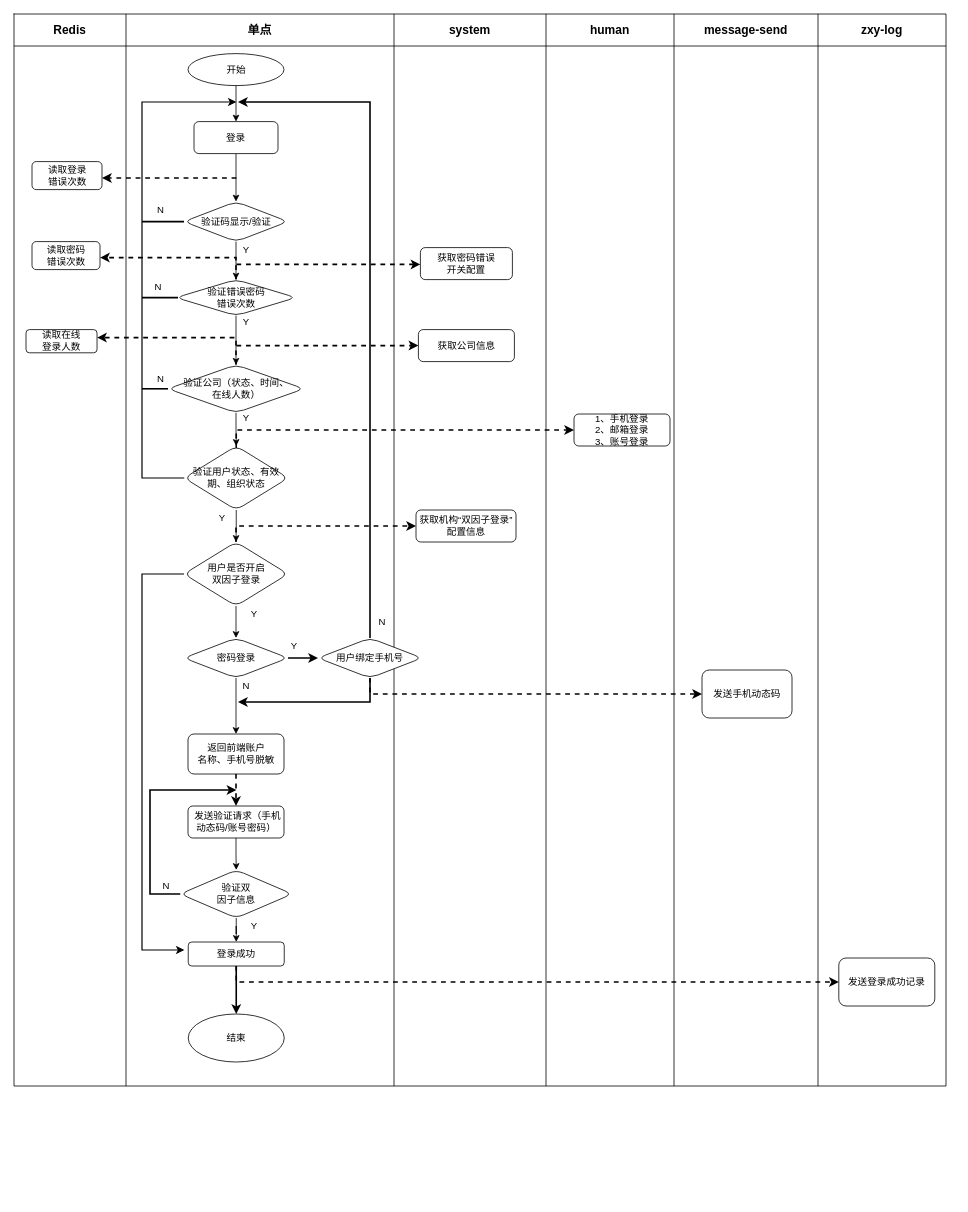
Earlier version of the draw.io diagram 双因子登录流程图.drawio (xulanliang/FirstRepository). Source tidied: cells renumbered, new cells numbered last; positions are measured from the earlier drawing's top-left corner, leaving out a move shared by most shapes. Both pictures are drawn from the tidied source at 80%, with x=0, y=0 at pixel (14, 14).
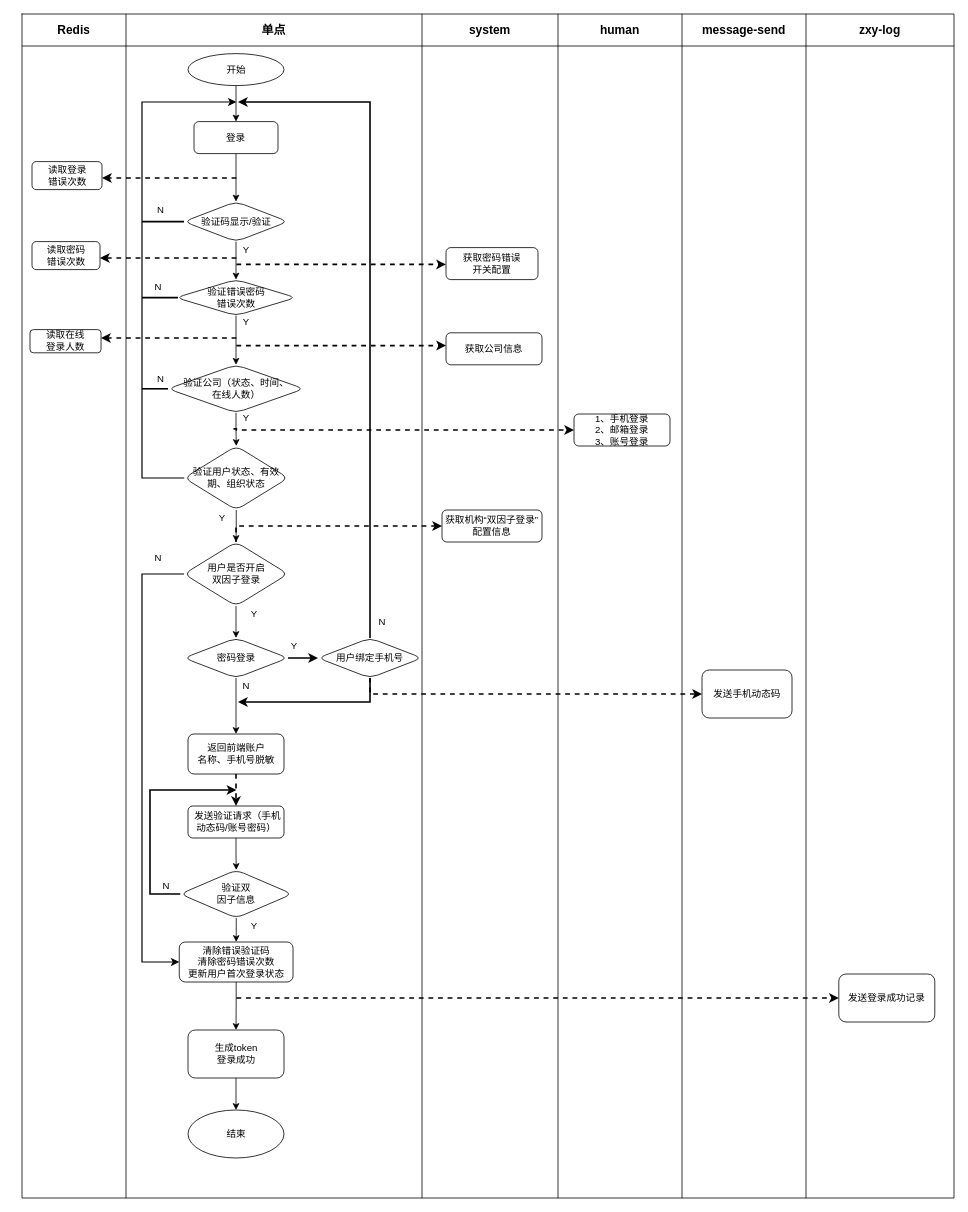
The same diagram, later.

Commit message:
Update 双因子登录流程图.drawio

Unchanged cells that the change refers to:
```xml
<mxCell id="3" style="shape=partialRectangle;html=1;whiteSpace=wrap;fillColor=none;top=0;left=0;bottom=0;right=0;" parent="2" vertex="1">
  <mxGeometry width="1165" height="40" as="geometry" />
</mxCell>
<mxCell id="26" value="验证错误密码&lt;br&gt;错误次数" style="rhombus;whiteSpace=wrap;html=1;rounded=1;" parent="1" vertex="1">
  <mxGeometry x="202.5" y="332" width="150" height="45" as="geometry" />
</mxCell>
<mxCell id="27" value="读取密码&lt;br&gt;错误次数" style="whiteSpace=wrap;html=1;rounded=1;" parent="1" vertex="1">
  <mxGeometry x="22.5" y="284.5" width="85" height="35" as="geometry" />
</mxCell>
<mxCell id="32" value="验证公司（状态、时间、&lt;br&gt;在线人数）" style="rhombus;whiteSpace=wrap;html=1;rounded=1;" parent="1" vertex="1">
  <mxGeometry x="192.5" y="438.5" width="170" height="60" as="geometry" />
</mxCell>
<mxCell id="36" value="1、手机登录&lt;br&gt;2、邮箱登录&lt;br&gt;3、账号登录" style="whiteSpace=wrap;html=1;rounded=1;" parent="1" vertex="1">
  <mxGeometry x="700" y="500" width="120" height="40" as="geometry" />
</mxCell>
<mxCell id="44" value="用户是否开启&lt;br&gt;双因子登录" style="rhombus;whiteSpace=wrap;html=1;rounded=1;" parent="1" vertex="1">
  <mxGeometry x="212.5" y="660" width="130" height="80" as="geometry" />
</mxCell>
<mxCell id="60" value="Y" style="text;html=1;align=center;verticalAlign=middle;points=[];strokeColor=none;" parent="1" vertex="1">
  <mxGeometry x="280" y="494.5" width="20" height="20" as="geometry" />
</mxCell>
```

Change to the diagram source:
```diff
@@
     <mxCell id="2" style="shape=table;html=1;whiteSpace=wrap;startSize=0;childLayout=tableLayout;" parent="1" vertex="1">
-      <mxGeometry width="1165" height="1340" as="geometry" />
+      <mxGeometry x="10" width="1165" height="1480" as="geometry" />
     </mxCell>
@@
     <mxCell id="4" value="&lt;b&gt;&lt;font style=&quot;font-size: 15px&quot;&gt;Redis&lt;/font&gt;&lt;/b&gt;" style="shape=partialRectangle;html=1;whiteSpace=wrap;overflow=hidden;fillColor=none;top=0;left=0;bottom=0;right=0;" parent="3" vertex="1">
-      <mxGeometry width="140" height="40" as="geometry" />
+      <mxGeometry width="130" height="40" as="geometry" />
     </mxCell>
     <mxCell id="5" value="&lt;b&gt;&lt;font style=&quot;font-size: 15px&quot;&gt;单点&lt;/font&gt;&lt;/b&gt;" style="shape=partialRectangle;html=1;whiteSpace=wrap;overflow=hidden;fillColor=none;top=0;left=0;bottom=0;right=0;" parent="3" vertex="1">
-      <mxGeometry x="140" width="335" height="40" as="geometry" />
+      <mxGeometry x="130" width="370" height="40" as="geometry" />
     </mxCell>
     <mxCell id="6" value="&lt;b&gt;&lt;font style=&quot;font-size: 15px&quot;&gt;system&lt;/font&gt;&lt;/b&gt;" style="shape=partialRectangle;html=1;whiteSpace=wrap;overflow=hidden;fillColor=none;top=0;left=0;bottom=0;right=0;" parent="3" vertex="1">
-      <mxGeometry x="475" width="190" height="40" as="geometry" />
+      <mxGeometry x="500" width="170" height="40" as="geometry" />
     </mxCell>
     <mxCell id="7" value="&lt;b&gt;&lt;font style=&quot;font-size: 15px&quot;&gt;human&lt;/font&gt;&lt;/b&gt;" style="shape=partialRectangle;html=1;whiteSpace=wrap;overflow=hidden;fillColor=none;top=0;left=0;bottom=0;right=0;" parent="3" vertex="1">
-      <mxGeometry x="665" width="160" height="40" as="geometry" />
+      <mxGeometry x="670" width="155" height="40" as="geometry" />
     </mxCell>
     <mxCell id="8" value="&lt;b&gt;&lt;font style=&quot;font-size: 15px&quot;&gt;message-send&lt;/font&gt;&lt;/b&gt;" style="shape=partialRectangle;html=1;whiteSpace=wrap;overflow=hidden;fillColor=none;top=0;left=0;bottom=0;right=0;" parent="3" vertex="1">
-      <mxGeometry x="825" width="180" height="40" as="geometry" />
+      <mxGeometry x="825" width="155" height="40" as="geometry" />
     </mxCell>
     <mxCell id="9" value="&lt;b&gt;&lt;font style=&quot;font-size: 15px&quot;&gt;zxy-log&lt;/font&gt;&lt;/b&gt;" style="shape=partialRectangle;html=1;whiteSpace=wrap;overflow=hidden;fillColor=none;top=0;left=0;bottom=0;right=0;" parent="3" vertex="1">
-      <mxGeometry x="1005" width="160" height="40" as="geometry" />
+      <mxGeometry x="980" width="185" height="40" as="geometry" />
     </mxCell>
     <mxCell id="10" style="shape=partialRectangle;html=1;whiteSpace=wrap;fillColor=none;top=0;left=0;bottom=0;right=0;" parent="2" vertex="1">
-      <mxGeometry y="40" width="1165" height="1300" as="geometry" />
+      <mxGeometry y="40" width="1165" height="1440" as="geometry" />
     </mxCell>
     <mxCell id="11" style="shape=partialRectangle;html=1;whiteSpace=wrap;overflow=hidden;fillColor=none;top=0;left=0;bottom=0;right=0;" parent="10" vertex="1">
-      <mxGeometry width="140" height="1300" as="geometry" />
+      <mxGeometry width="130" height="1440" as="geometry" />
     </mxCell>
     <mxCell id="12" style="shape=partialRectangle;html=1;whiteSpace=wrap;overflow=hidden;fillColor=none;top=0;left=0;bottom=0;right=0;" parent="10" vertex="1">
-      <mxGeometry x="140" width="335" height="1300" as="geometry" />
+      <mxGeometry x="130" width="370" height="1440" as="geometry" />
     </mxCell>
     <mxCell id="13" style="shape=partialRectangle;html=1;whiteSpace=wrap;overflow=hidden;fillColor=none;top=0;left=0;bottom=0;right=0;" parent="10" vertex="1">
-      <mxGeometry x="475" width="190" height="1300" as="geometry" />
+      <mxGeometry x="500" width="170" height="1440" as="geometry" />
     </mxCell>
     <mxCell id="14" style="shape=partialRectangle;html=1;whiteSpace=wrap;overflow=hidden;fillColor=none;top=0;left=0;bottom=0;right=0;" parent="10" vertex="1">
-      <mxGeometry x="665" width="160" height="1300" as="geometry" />
+      <mxGeometry x="670" width="155" height="1440" as="geometry" />
     </mxCell>
     <mxCell id="15" style="shape=partialRectangle;html=1;whiteSpace=wrap;overflow=hidden;fillColor=none;top=0;left=0;bottom=0;right=0;" parent="10" vertex="1">
-      <mxGeometry x="825" width="180" height="1300" as="geometry" />
+      <mxGeometry x="825" width="155" height="1440" as="geometry" />
     </mxCell>
     <mxCell id="16" style="shape=partialRectangle;html=1;whiteSpace=wrap;overflow=hidden;fillColor=none;top=0;left=0;bottom=0;right=0;" parent="10" vertex="1">
-      <mxGeometry x="1005" width="160" height="1300" as="geometry" />
+      <mxGeometry x="980" width="185" height="1440" as="geometry" />
     </mxCell>
@@
-    <mxCell id="23" style="edgeStyle=orthogonalEdgeStyle;rounded=0;jettySize=auto;html=1;dashed=1;strokeWidth=2;" parent="1" edge="1" source="26" target="27">
+    <mxCell id="23" style="edgeStyle=orthogonalEdgeStyle;rounded=0;jettySize=auto;html=1;dashed=1;strokeWidth=2;" parent="1" edge="1" target="27">
       <mxGeometry relative="1" as="geometry">
+        <mxPoint x="278" y="305" as="sourcePoint" />
         <Array as="points">
           <mxPoint x="278" y="304.5" />
         </Array>
       </mxGeometry>
     </mxCell>
@@
     <mxCell id="28" value="获取密码错误&lt;br&gt;开关配置" style="whiteSpace=wrap;html=1;rounded=1;" parent="1" vertex="1">
-      <mxGeometry x="508" y="292" width="115" height="40" as="geometry" />
+      <mxGeometry x="540" y="292" width="115" height="40" as="geometry" />
     </mxCell>
-    <mxCell id="29" style="edgeStyle=orthogonalEdgeStyle;rounded=0;jettySize=auto;html=1;dashed=1;strokeWidth=2;" parent="1" edge="1" source="32" target="33">
+    <mxCell id="29" style="edgeStyle=orthogonalEdgeStyle;rounded=0;jettySize=auto;html=1;dashed=1;strokeWidth=2;" parent="1" edge="1" target="33">
       <mxGeometry relative="1" as="geometry">
+        <mxPoint x="278" y="405" as="sourcePoint" />
         <Array as="points">
           <mxPoint x="278" y="404.5" />
         </Array>
       </mxGeometry>
     </mxCell>
@@
     <mxCell id="33" value="读取在线&lt;br&gt;登录人数" style="whiteSpace=wrap;html=1;rounded=1;" parent="1" vertex="1">
-      <mxGeometry x="15" y="394.5" width="88.8" height="29" as="geometry" />
+      <mxGeometry x="20" y="394.5" width="88.8" height="29" as="geometry" />
     </mxCell>
     <mxCell id="34" value="获取公司信息" style="whiteSpace=wrap;html=1;rounded=1;" parent="1" vertex="1">
-      <mxGeometry x="505.5" y="394.5" width="120" height="40" as="geometry" />
+      <mxGeometry x="540" y="398.5" width="120" height="40" as="geometry" />
     </mxCell>
-    <mxCell id="35" style="edgeStyle=orthogonalEdgeStyle;rounded=0;jettySize=auto;html=1;dashed=1;strokeWidth=2;" parent="1" edge="1" target="36">
+    <mxCell id="35" style="edgeStyle=orthogonalEdgeStyle;rounded=0;jettySize=auto;html=1;dashed=1;strokeWidth=2;exitX=-0.285;exitY=1.202;exitDx=0;exitDy=0;exitPerimeter=0;" parent="1" edge="1" source="60" target="36">
       <mxGeometry relative="1" as="geometry">
-        <mxPoint x="277.8" y="554.5" as="sourcePoint" />
         <Array as="points">
+          <mxPoint x="278" y="519" />
           <mxPoint x="278" y="520" />
         </Array>
       </mxGeometry>
     </mxCell>
@@
-    <mxCell id="43" style="edgeStyle=orthogonalEdgeStyle;rounded=0;jettySize=auto;html=1;strokeWidth=1.5;" parent="1" edge="1" source="44">
+    <mxCell id="43" style="edgeStyle=orthogonalEdgeStyle;rounded=0;jettySize=auto;html=1;strokeWidth=1.5;entryX=0;entryY=0.5;entryDx=0;entryDy=0;" parent="1" edge="1" source="44" target="69">
       <mxGeometry relative="1" as="geometry">
-        <mxPoint x="213" y="1170" as="targetPoint" />
         <Array as="points">
           <mxPoint x="160" y="700" />
-          <mxPoint x="160" y="1170" />
+          <mxPoint x="160" y="1185" />
         </Array>
       </mxGeometry>
     </mxCell>
@@
     <mxCell id="45" value="获取机构“双因子登录”配置信息" style="whiteSpace=wrap;html=1;rounded=1;" parent="1" vertex="1">
-      <mxGeometry x="502.5" y="620" width="125" height="40" as="geometry" />
+      <mxGeometry x="535" y="620" width="125" height="40" as="geometry" />
     </mxCell>
@@
-    <mxCell id="67" style="edgeStyle=orthogonalEdgeStyle;rounded=0;jettySize=auto;html=1;strokeWidth=2;" parent="1" edge="1" source="69" target="70">
-      <mxGeometry relative="1" as="geometry" />
-    </mxCell>
-    <mxCell id="68" style="edgeStyle=orthogonalEdgeStyle;rounded=0;jettySize=auto;html=1;strokeWidth=2;dashed=1;" parent="1" edge="1" source="69" target="82">
+    <mxCell id="68" style="edgeStyle=orthogonalEdgeStyle;rounded=0;jettySize=auto;html=1;strokeWidth=2;dashed=1;" parent="1" edge="1" target="82">
       <mxGeometry relative="1" as="geometry">
+        <mxPoint x="278" y="1230" as="sourcePoint" />
         <Array as="points">
-          <mxPoint x="278" y="1210" />
+          <mxPoint x="278" y="1230" />
         </Array>
       </mxGeometry>
     </mxCell>
+    <mxCell id="83" style="edgeStyle=orthogonalEdgeStyle;rounded=0;jettySize=auto;html=1;" parent="1" edge="1" source="69" target="85">
+      <mxGeometry relative="1" as="geometry" />
+    </mxCell>
-    <mxCell id="69" value="登录成功" style="whiteSpace=wrap;html=1;rounded=1;" parent="1" vertex="1">
-      <mxGeometry x="217.8" y="1160" width="120" height="30" as="geometry" />
+    <mxCell id="69" value="清除错误验证码&lt;br&gt;清除密码错误次数&lt;br&gt;更新用户首次登录状态" style="whiteSpace=wrap;html=1;rounded=1;" parent="1" vertex="1">
+      <mxGeometry x="206.6" y="1160" width="142.2" height="50" as="geometry" />
     </mxCell>
-    <mxCell id="70" value="结束" style="ellipse;whiteSpace=wrap;html=1;rounded=1;" parent="1" vertex="1">
-      <mxGeometry x="217.8" y="1250" width="120" height="60" as="geometry" />
-    </mxCell>
@@
     <mxCell id="82" value="发送登录成功记录" style="whiteSpace=wrap;html=1;rounded=1;" parent="1" vertex="1">
-      <mxGeometry x="1031" y="1180" width="120" height="60" as="geometry" />
+      <mxGeometry x="1031" y="1200" width="120" height="60" as="geometry" />
     </mxCell>
+    <mxCell id="84" style="edgeStyle=orthogonalEdgeStyle;rounded=0;jettySize=auto;html=1;" parent="1" edge="1" source="85" target="70">
+      <mxGeometry relative="1" as="geometry" />
+    </mxCell>
+    <mxCell id="85" value="生成token&lt;br&gt;登录成功" style="whiteSpace=wrap;html=1;rounded=1;" parent="1" vertex="1">
+      <mxGeometry x="217.5" y="1270" width="120" height="60" as="geometry" />
+    </mxCell>
+    <mxCell id="70" value="结束" style="ellipse;whiteSpace=wrap;html=1;rounded=1;" parent="1" vertex="1">
+      <mxGeometry x="217.5" y="1370" width="120" height="60" as="geometry" />
+    </mxCell>
+    <mxCell id="86" value="N" style="text;html=1;align=center;verticalAlign=middle;strokeColor=none;" parent="1" vertex="1">
+      <mxGeometry x="170" y="670" width="20" height="20" as="geometry" />
+    </mxCell>
```
